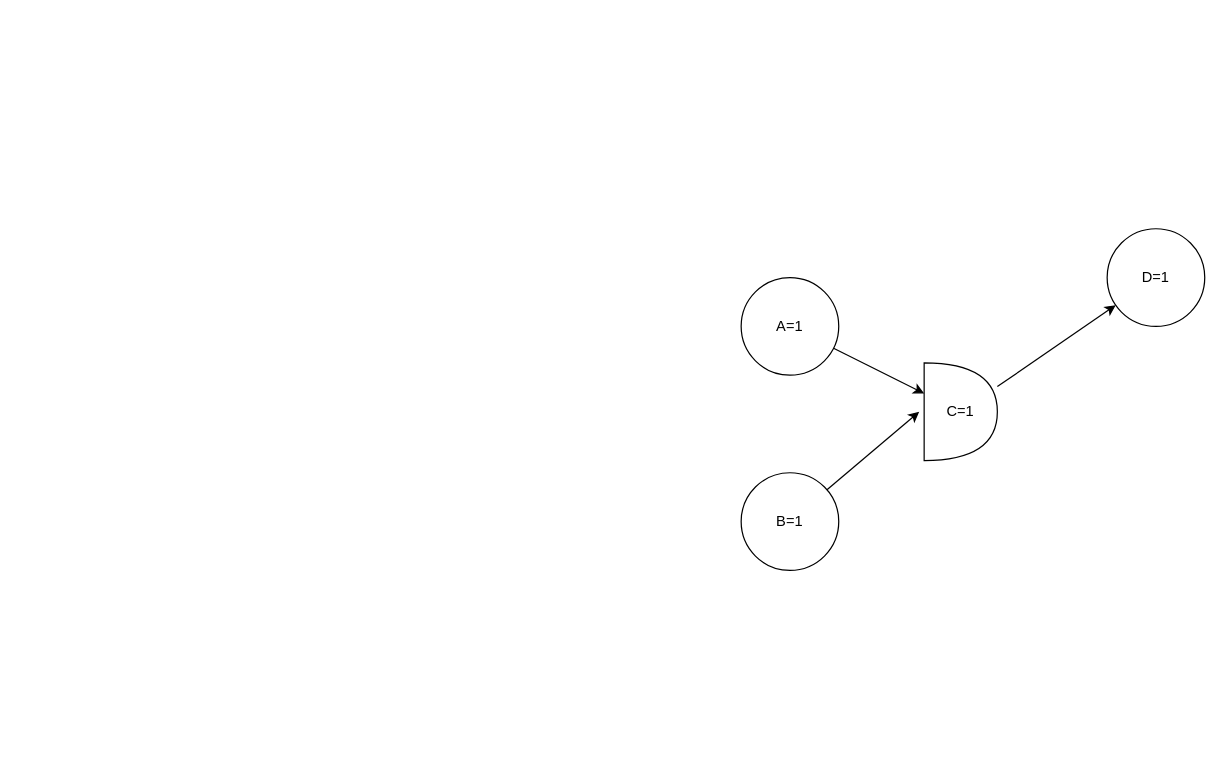
Earlier version of the draw.io diagram Projekt/TestRunDia.drawio (dieupatr/RegelNetzwerk). Source tidied: cells renumbered, new cells numbered last; positions are measured from the earlier drawing's top-left corner, leaving out a move shared by most shapes. Both pictures are drawn from the tidied source at 122%, with x=0, y=0 at pixel (741, 228).
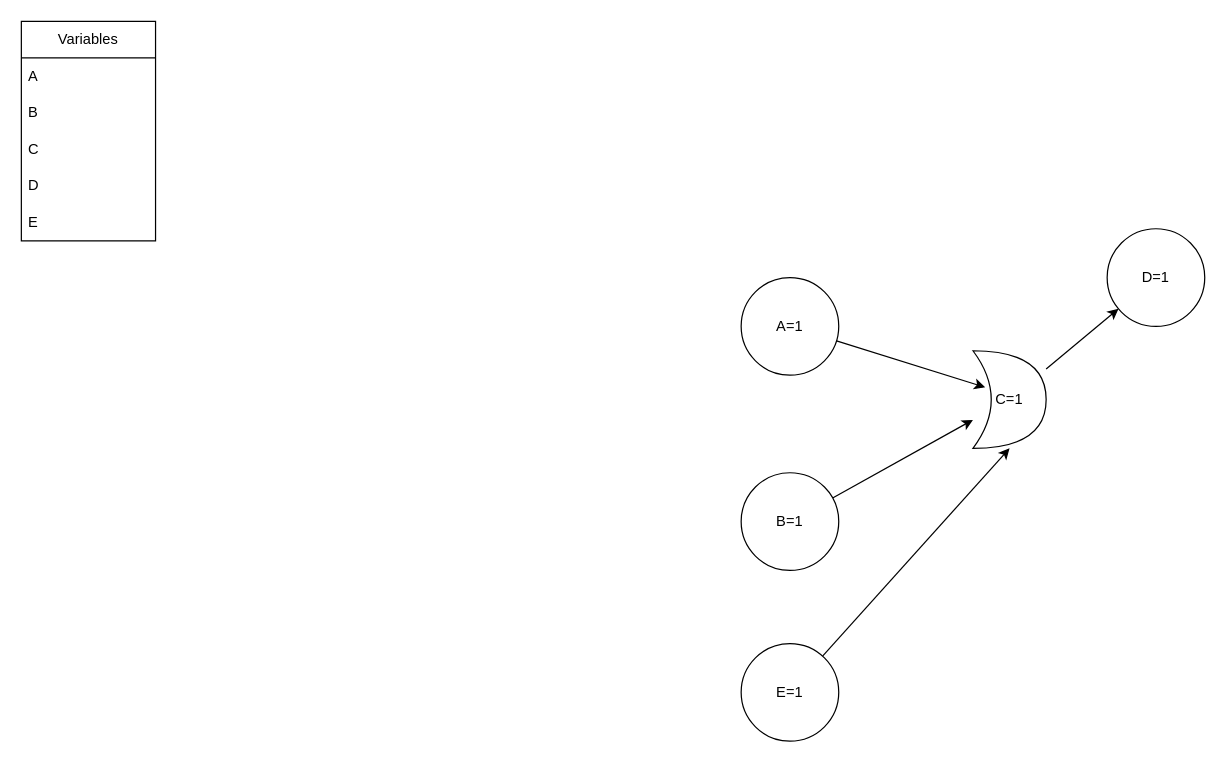
Above is the later version.

Diff of the diagram source:
```diff
@@
 <mxGraphModel>
   <root>
     <mxCell id="0" />
     <mxCell id="1" parent="0" />
-    <mxCell id="2" style="edgeStyle=none;rounded=0;jettySize=auto;html=1;" parent="1" edge="1" source="3" target="7">
+    <mxCell id="2" style="edgeStyle=none;rounded=0;jettySize=auto;html=1;entryX=0.167;entryY=0.375;entryDx=0;entryDy=0;entryPerimeter=0;" parent="1" edge="1" source="3" target="7">
       <mxGeometry relative="1" as="geometry" />
     </mxCell>
     <mxCell id="3" value="A=1" style="ellipse;whiteSpace=wrap;html=1;" parent="1" vertex="1">
       <mxGeometry y="40" width="80" height="80" as="geometry" />
     </mxCell>
-    <mxCell id="4" style="edgeStyle=none;rounded=0;jettySize=auto;html=1;entryX=-0.067;entryY=0.5;entryDx=0;entryDy=0;entryPerimeter=0;" parent="1" edge="1" source="5" target="7">
+    <mxCell id="4" style="edgeStyle=none;rounded=0;jettySize=auto;html=1;" parent="1" edge="1" source="5" target="7">
       <mxGeometry relative="1" as="geometry" />
     </mxCell>
     <mxCell id="5" value="B=1" style="ellipse;whiteSpace=wrap;html=1;" parent="1" vertex="1">
       <mxGeometry y="200" width="80" height="80" as="geometry" />
     </mxCell>
+    <mxCell id="8" value="D=1" style="ellipse;whiteSpace=wrap;html=1;" parent="1" vertex="1">
+      <mxGeometry x="300" width="80" height="80" as="geometry" />
+    </mxCell>
+    <mxCell id="9" style="edgeStyle=none;rounded=0;jettySize=auto;html=1;entryX=0.5;entryY=1;entryDx=0;entryDy=0;entryPerimeter=0;" parent="1" edge="1" source="10" target="7">
+      <mxGeometry relative="1" as="geometry" />
+    </mxCell>
+    <mxCell id="10" value="E=1" style="ellipse;whiteSpace=wrap;html=1;" parent="1" vertex="1">
+      <mxGeometry y="340" width="80" height="80" as="geometry" />
+    </mxCell>
     <mxCell id="6" style="edgeStyle=none;rounded=0;jettySize=auto;html=1;" parent="1" edge="1" source="7" target="8">
       <mxGeometry relative="1" as="geometry" />
     </mxCell>
-    <mxCell id="7" value="C=1" style="shape=or;whiteSpace=wrap;html=1;" parent="1" vertex="1">
-      <mxGeometry x="150" y="110" width="60" height="80" as="geometry" />
+    <mxCell id="7" value="C=1" style="shape=xor;whiteSpace=wrap;html=1;" parent="1" vertex="1">
+      <mxGeometry x="190" y="100" width="60" height="80" as="geometry" />
     </mxCell>
-    <mxCell id="8" value="D=1" style="ellipse;whiteSpace=wrap;html=1;" parent="1" vertex="1">
-      <mxGeometry x="300" width="80" height="80" as="geometry" />
-    </mxCell>
+    <mxCell id="11" value="Variables" style="swimlane;fontStyle=0;horizontal=1;startSize=30;whiteSpace=wrap;html=1;" parent="1" vertex="1">
+      <mxGeometry x="-590" y="-170" width="110" height="180" as="geometry" />
+    </mxCell>
+    <mxCell id="12" value="A" style="text;strokeColor=none;fillColor=none;align=left;verticalAlign=middle;spacingLeft=4;spacingRight=4;overflow=hidden;whiteSpace=wrap;html=1;" parent="11" vertex="1">
+      <mxGeometry y="30" width="110" height="30" as="geometry" />
+    </mxCell>
+    <mxCell id="13" value="B" style="text;strokeColor=none;fillColor=none;align=left;verticalAlign=middle;spacingLeft=4;spacingRight=4;overflow=hidden;whiteSpace=wrap;html=1;" parent="11" vertex="1">
+      <mxGeometry y="60" width="110" height="30" as="geometry" />
+    </mxCell>
+    <mxCell id="14" value="C" style="text;strokeColor=none;fillColor=none;align=left;verticalAlign=middle;spacingLeft=4;spacingRight=4;overflow=hidden;whiteSpace=wrap;html=1;" parent="11" vertex="1">
+      <mxGeometry y="90" width="110" height="30" as="geometry" />
+    </mxCell>
+    <mxCell id="15" value="D" style="text;strokeColor=none;fillColor=none;align=left;verticalAlign=middle;spacingLeft=4;spacingRight=4;overflow=hidden;whiteSpace=wrap;html=1;" parent="11" vertex="1">
+      <mxGeometry y="120" width="110" height="30" as="geometry" />
+    </mxCell>
+    <mxCell id="16" value="E" style="text;strokeColor=none;fillColor=none;align=left;verticalAlign=middle;spacingLeft=4;spacingRight=4;overflow=hidden;whiteSpace=wrap;html=1;" parent="11" vertex="1">
+      <mxGeometry y="150" width="110" height="30" as="geometry" />
+    </mxCell>
   </root>
 </mxGraphModel>
```
